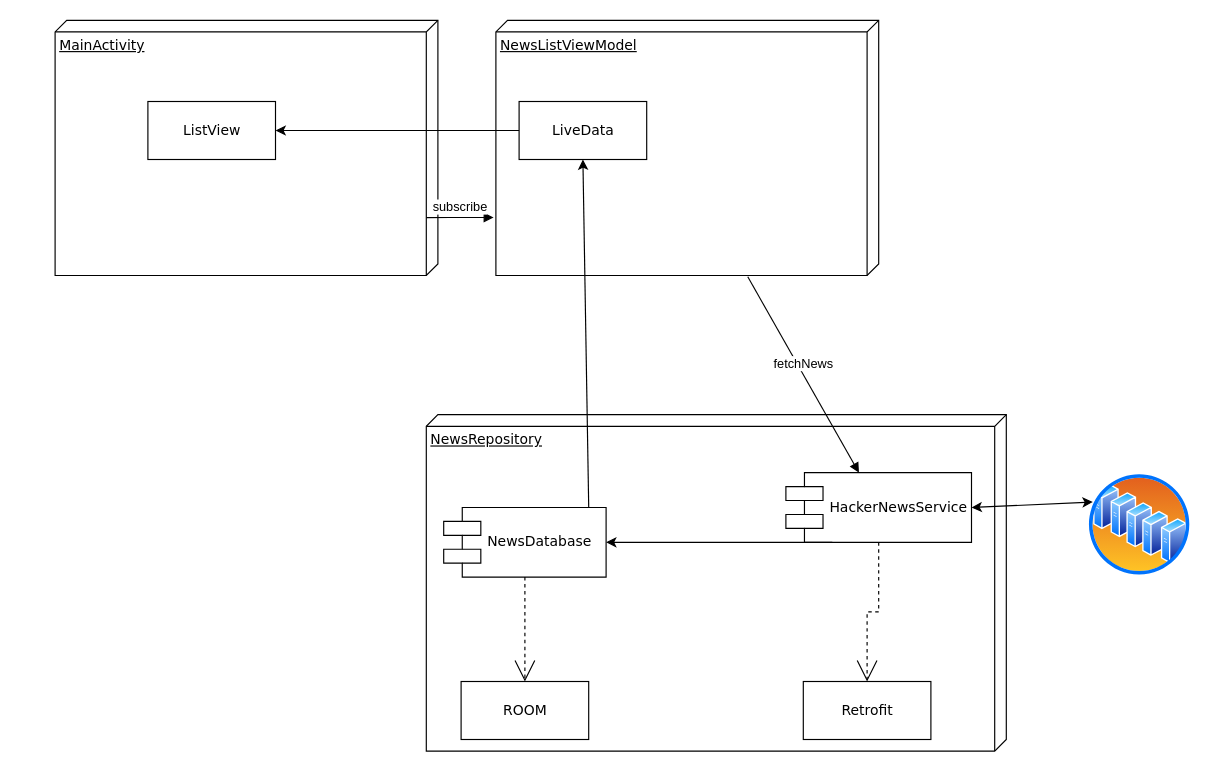
deafbreeds/deafbreeds.github.io keeps this draw.io diagram as Untitled Diagram.drawio. Above is the earlier version. Source tidied: cells renumbered, new cells numbered last; positions are measured from the earlier drawing's top-left corner, leaving out a move shared by most shapes. Both pictures are drawn from the tidied source at 116%, with x=0, y=0 at pixel (55, 20).
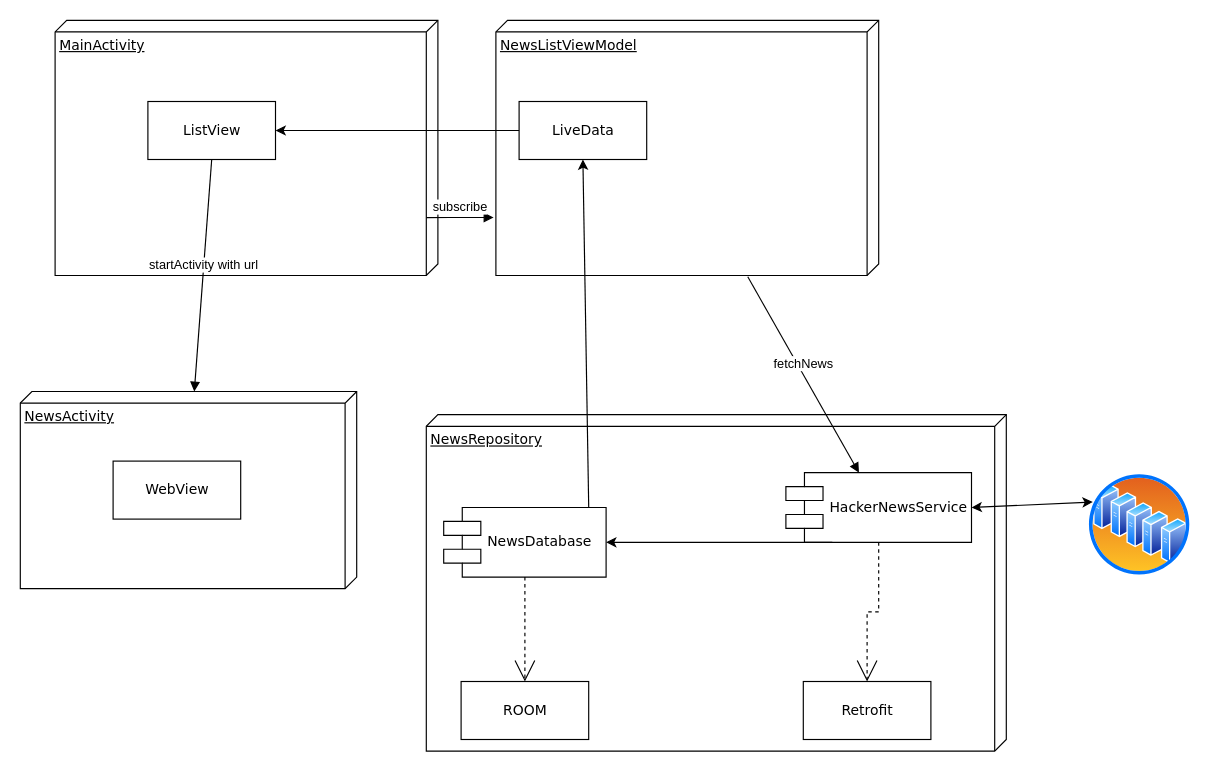
The same page after the edit.

Unchanged cells that the change refers to:
```xml
<mxCell id="5" value="ListView" style="html=1;rounded=0;shadow=0;comic=0;labelBackgroundColor=none;strokeWidth=1;fontFamily=Verdana;fontSize=12;align=center;" parent="1" vertex="1">
  <mxGeometry x="80" y="70" width="110" height="50" as="geometry" />
</mxCell>
```

Change to the diagram source:
```diff
@@
+    <mxCell id="20" value="NewsActivity" style="verticalAlign=top;align=left;spacingTop=8;spacingLeft=2;spacingRight=12;shape=cube;size=10;direction=south;fontStyle=4;html=1;rounded=0;shadow=0;comic=0;labelBackgroundColor=none;strokeWidth=1;fontFamily=Verdana;fontSize=12;" parent="1" vertex="1">
+      <mxGeometry x="-30" y="320" width="290" height="170" as="geometry" />
+    </mxCell>
+    <mxCell id="21" value="WebView" style="html=1;rounded=0;shadow=0;comic=0;labelBackgroundColor=none;strokeWidth=1;fontFamily=Verdana;fontSize=12;align=center;" parent="1" vertex="1">
+      <mxGeometry x="50" y="380" width="110" height="50" as="geometry" />
+    </mxCell>
+    <mxCell id="22" value="startActivity with url" style="html=1;verticalAlign=bottom;endArrow=block;exitX=0.5;exitY=1;exitDx=0;exitDy=0;entryX=0;entryY=0;entryDx=0;entryDy=140;entryPerimeter=0;" parent="1" edge="1" source="5" target="20">
+      <mxGeometry relative="1" as="geometry" />
+    </mxCell>
```
